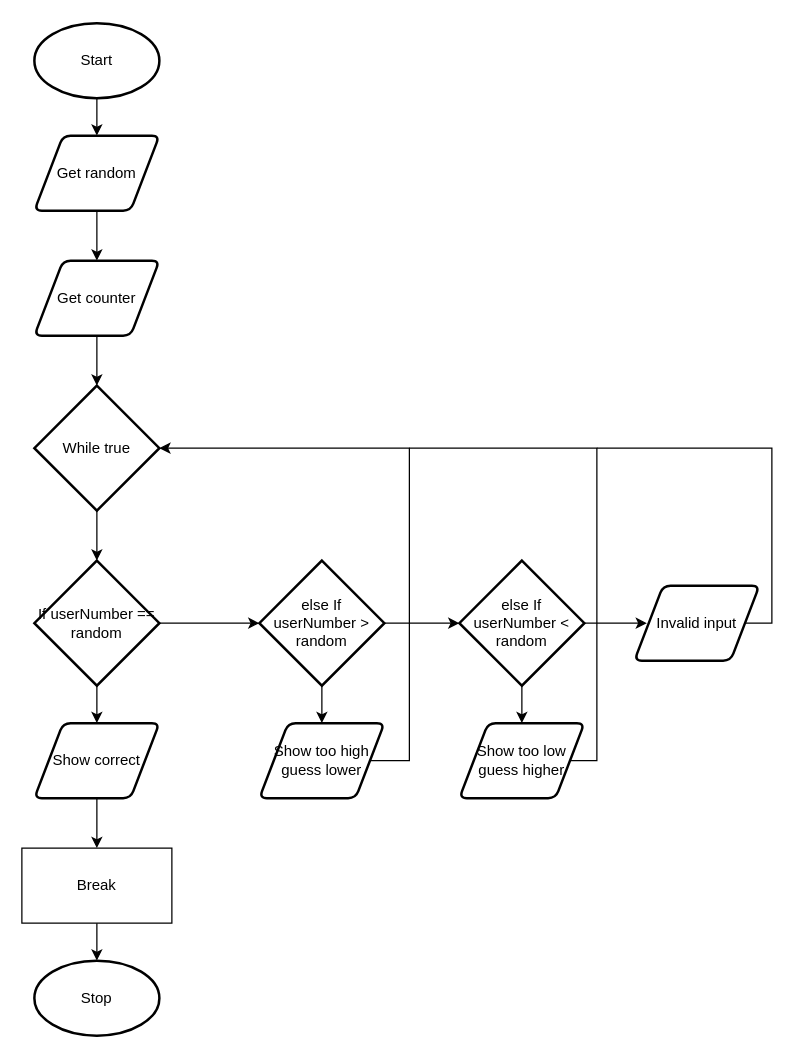
Above: flochart.drawio in Huzaifa-Khalid-2/ics4u-unit1-04-typescript (draw.io), before the change. Source tidied: cells renumbered, new cells numbered last; positions are measured from the earlier drawing's top-left corner, leaving out a move shared by most shapes. Both pictures are drawn from the tidied source at 125%, with x=0, y=0 at pixel (21, 22).
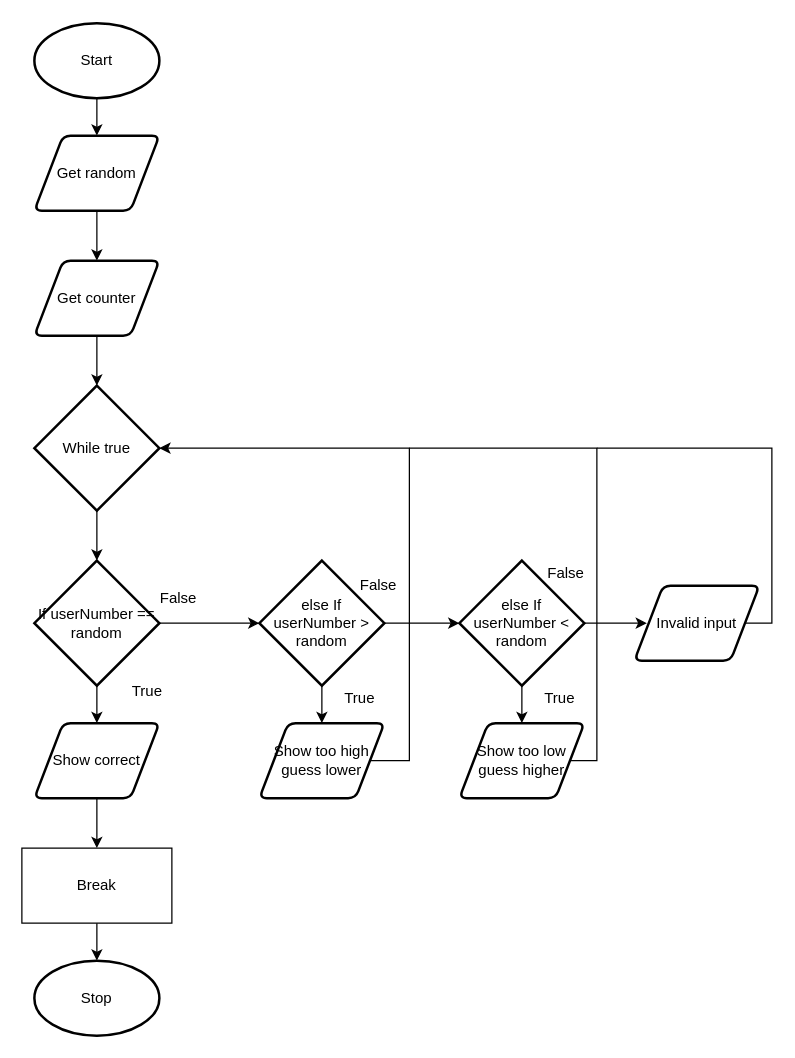
Above is the later version.

Diff of the diagram source:
```diff
@@
+    <mxCell id="30" value="True" style="text;html=1;align=center;verticalAlign=middle;strokeColor=none;fillColor=none;" parent="1" vertex="1">
+      <mxGeometry x="80" y="525" width="40" height="20" as="geometry" />
+    </mxCell>
+    <mxCell id="31" value="False" style="text;html=1;align=center;verticalAlign=middle;strokeColor=none;fillColor=none;" parent="1" vertex="1">
+      <mxGeometry x="260" y="440" width="50" height="20" as="geometry" />
+    </mxCell>
+    <mxCell id="32" value="True" style="text;html=1;align=center;verticalAlign=middle;strokeColor=none;fillColor=none;" parent="1" vertex="1">
+      <mxGeometry x="250" y="530" width="40" height="20" as="geometry" />
+    </mxCell>
+    <mxCell id="33" value="True" style="text;html=1;align=center;verticalAlign=middle;strokeColor=none;fillColor=none;" parent="1" vertex="1">
+      <mxGeometry x="410" y="530" width="40" height="20" as="geometry" />
+    </mxCell>
+    <mxCell id="34" value="False" style="text;html=1;align=center;verticalAlign=middle;strokeColor=none;fillColor=none;" parent="1" vertex="1">
+      <mxGeometry x="410" y="430" width="50" height="20" as="geometry" />
+    </mxCell>
+    <mxCell id="35" value="False" style="text;html=1;align=center;verticalAlign=middle;strokeColor=none;fillColor=none;" parent="1" vertex="1">
+      <mxGeometry x="100" y="450" width="50" height="20" as="geometry" />
+    </mxCell>
```
